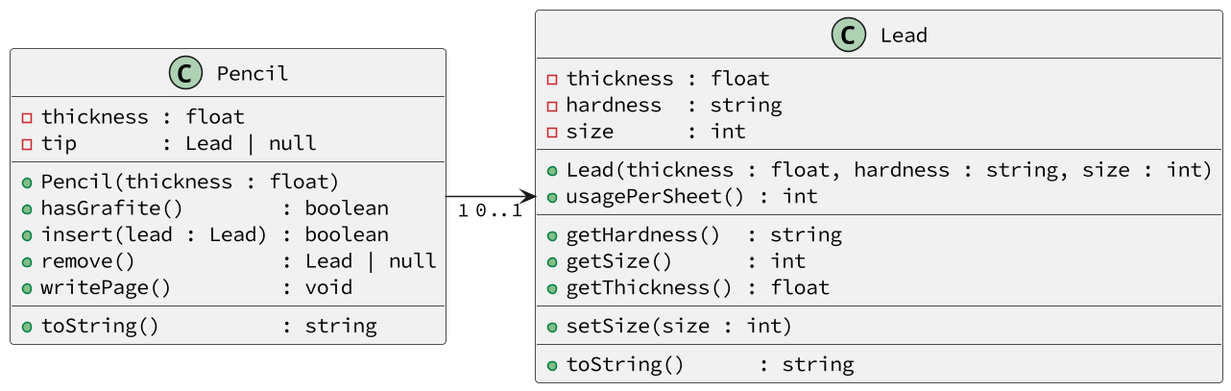
Above: base/grafite/diagrama.png in qxcodepoo/arcade (PlantUML), before the change.
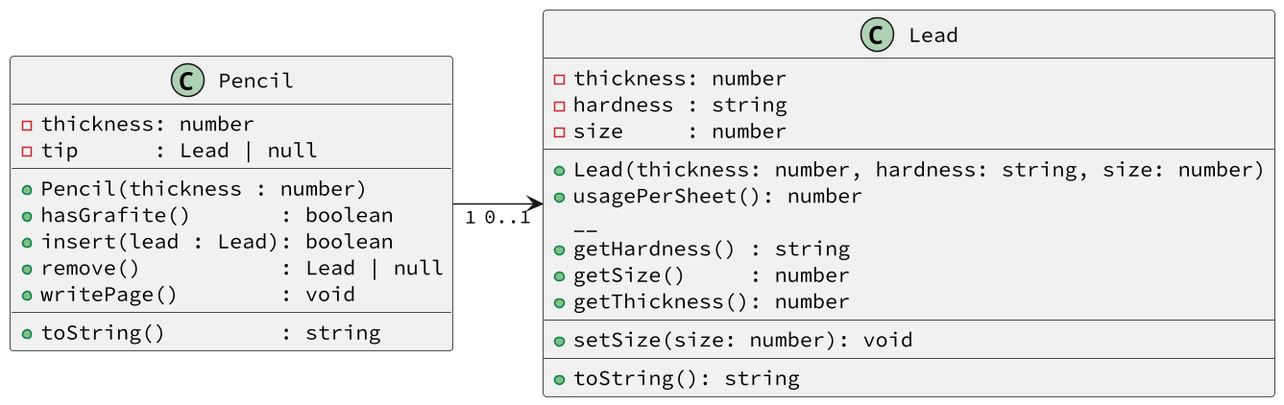
After the change.

Change to the diagram source:
```diff
@@ -1,34 +1,34 @@
 @startuml
-skinparam defaultFontName Hasklig
+skinparam defaultFontName "Source Code Pro"
 skinparam dpi 150
 left to right direction
 class Lead {
-    - thickness : float
-    - hardness  : string
-    - size      : int
+    - thickness: number
+    - hardness : string
+    - size     : number
     __
-    + Lead(thickness : float, hardness : string, size : int)
-    + usagePerSheet() : int
+    + Lead(thickness: number, hardness: string, size: number)
+    + usagePerSheet(): number
     __
-    + getHardness()  : string
-    + getSize()      : int
-    + getThickness() : float
+    + getHardness() : string
+    + getSize()     : number
+    + getThickness(): number
     __
-    + setSize(size : int)
+    + setSize(size: number): void
     __
-    + toString()      : string
+    + toString(): string
 }
 class Pencil {
-    - thickness : float
-    - tip       : Lead | null
+    - thickness: number
+    - tip      : Lead | null
     __
-    + Pencil(thickness : float)
-    + hasGrafite()        : boolean
-    + insert(lead : Lead) : boolean
-    + remove()            : Lead | null
-    + writePage()         : void
+    + Pencil(thickness : number)
+    + hasGrafite()       : boolean
+    + insert(lead : Lead): boolean
+    + remove()           : Lead | null
+    + writePage()        : void
     __
-    + toString()          : string
+    + toString()         : string
 }
 Pencil "1" --> "0..1" Lead
 @enduml
```
